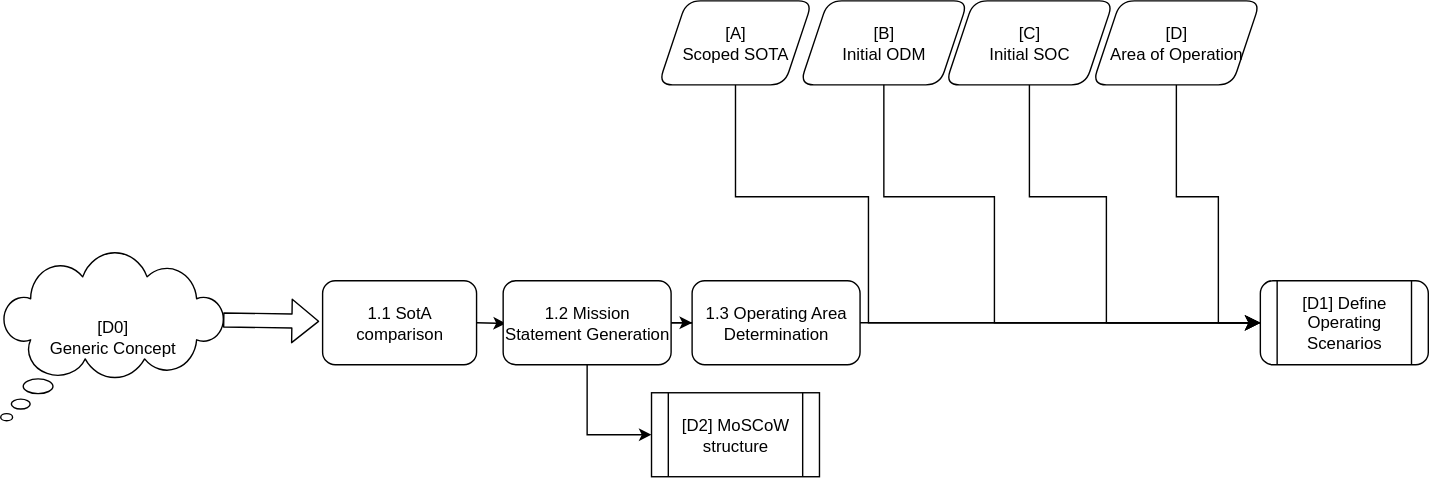
The draw.io diagram public/diagrams/step-1.svg in TortoiseFather/sacred-site, before a commit. Source tidied: cells renumbered, new cells last; positions are measured from the earlier drawing's top-left corner, leaving out a move shared by most shapes. Its diagram source:
```xml
<mxGraphModel background="#ffffff">
  <root>
    <mxCell id="0" />
    <mxCell id="1" parent="0" />
    <mxCell id="2" value="[D0]&lt;div&gt;Generic Concept&lt;/div&gt;" style="whiteSpace=wrap;html=1;shape=mxgraph.basic.cloud_callout;rounded=1;fontColor=#000000;fillColor=#FFFFFF;strokeColor=#000000;" parent="1" vertex="1">
      <mxGeometry y="180" width="160" height="120" as="geometry" />
    </mxCell>
    <mxCell id="3" style="shape=flexArrow;endArrow=classic;html=1;rounded=1;exitX=0.993;exitY=0.4;exitDx=0;exitDy=0;exitPerimeter=0;entryX=-0.022;entryY=0.483;entryDx=0;entryDy=0;entryPerimeter=0;strokeColor=#000000;" parent="1" edge="1" source="2" target="11">
      <mxGeometry relative="1" as="geometry" />
    </mxCell>
    <mxCell id="4" style="edgeStyle=orthogonalEdgeStyle;rounded=1;jettySize=auto;html=1;strokeColor=#000000;" parent="1" edge="1" target="8">
      <mxGeometry relative="1" as="geometry">
        <mxPoint x="340" y="230" as="sourcePoint" />
      </mxGeometry>
    </mxCell>
    <mxCell id="5" style="edgeStyle=orthogonalEdgeStyle;rounded=1;jettySize=auto;html=1;strokeColor=#000000;" parent="1" edge="1" source="8">
      <mxGeometry relative="1" as="geometry">
        <mxPoint x="560" y="230" as="targetPoint" />
      </mxGeometry>
    </mxCell>
    <mxCell id="6" style="edgeStyle=orthogonalEdgeStyle;rounded=0;jettySize=auto;html=1;entryX=0;entryY=0.5;entryDx=0;entryDy=0;strokeColor=#000000;" parent="1" edge="1" source="8" target="13">
      <mxGeometry relative="1" as="geometry" />
    </mxCell>
    <mxCell id="7" style="edgeStyle=orthogonalEdgeStyle;rounded=0;jettySize=auto;html=1;entryX=0;entryY=0.5;entryDx=0;entryDy=0;strokeColor=#000000;" parent="1" edge="1" source="8" target="21">
      <mxGeometry relative="1" as="geometry" />
    </mxCell>
    <mxCell id="8" value="1.2 Mission Statement Generation" style="whiteSpace=wrap;html=1;rounded=1;strokeColor=#000000;fontColor=#000000;fillColor=#FFFFFF;" parent="1" vertex="1">
      <mxGeometry x="359" y="200" width="120" height="60" as="geometry" />
    </mxCell>
    <mxCell id="9" style="edgeStyle=none;curved=0;rounded=0;jettySize=auto;html=1;entryX=0;entryY=0.5;entryDx=0;entryDy=0;fontSize=12;startSize=8;endSize=8;strokeColor=#000000;" parent="1" edge="1" source="10">
      <mxGeometry relative="1" as="geometry">
        <mxPoint x="960" y="230" as="targetPoint" />
        <Array as="points">
          <mxPoint x="525" y="140" />
          <mxPoint x="620" y="140" />
          <mxPoint x="620" y="230" />
        </Array>
      </mxGeometry>
    </mxCell>
    <mxCell id="10" value="&lt;div&gt;&lt;span style=&quot;color: rgb(0, 0, 0);&quot;&gt;[A]&lt;/span&gt;&lt;/div&gt;&lt;div&gt;&lt;span style=&quot;color: rgb(0, 0, 0);&quot;&gt;Scoped SOTA&lt;/span&gt;&lt;/div&gt;" style="shape=parallelogram;perimeter=parallelogramPerimeter;whiteSpace=wrap;html=1;fixedSize=1;rounded=1;strokeColor=#000000;fontColor=#000000;fillColor=#FFFFFF;" parent="1" vertex="1">
      <mxGeometry x="470" width="110" height="60" as="geometry" />
    </mxCell>
    <mxCell id="11" value="1.1 SotA comparison" style="rounded=1;whiteSpace=wrap;html=1;strokeColor=#000000;fontColor=#000000;fillColor=#FFFFFF;" parent="1" vertex="1">
      <mxGeometry x="230" y="200" width="110" height="60" as="geometry" />
    </mxCell>
    <mxCell id="12" style="edgeStyle=none;curved=1;rounded=1;jettySize=auto;html=1;entryX=0;entryY=0.5;entryDx=0;entryDy=0;fontSize=12;startSize=8;endSize=8;strokeColor=#000000;" parent="1" edge="1" source="13" target="16">
      <mxGeometry relative="1" as="geometry" />
    </mxCell>
    <mxCell id="13" value="1.3 Operating Area Determination" style="rounded=1;whiteSpace=wrap;html=1;strokeColor=#000000;fontColor=#000000;fillColor=#FFFFFF;" parent="1" vertex="1">
      <mxGeometry x="494" y="200" width="120" height="60" as="geometry" />
    </mxCell>
    <mxCell id="14" style="edgeStyle=none;curved=0;rounded=0;jettySize=auto;html=1;entryX=0;entryY=0.5;entryDx=0;entryDy=0;fontSize=12;startSize=8;endSize=8;strokeColor=#000000;" parent="1" edge="1" source="15">
      <mxGeometry relative="1" as="geometry">
        <mxPoint x="930" y="230" as="targetPoint" />
        <Array as="points">
          <mxPoint x="840" y="140" />
          <mxPoint x="870" y="140" />
          <mxPoint x="870" y="230" />
        </Array>
      </mxGeometry>
    </mxCell>
    <mxCell id="15" value="[D]&lt;div&gt;&lt;span style=&quot;color: rgb(0, 0, 0);&quot;&gt;Area of Operation&lt;/span&gt;&lt;/div&gt;" style="shape=parallelogram;perimeter=parallelogramPerimeter;whiteSpace=wrap;html=1;fixedSize=1;rounded=1;strokeColor=#000000;fontColor=#000000;fillColor=#FFFFFF;" parent="1" vertex="1">
      <mxGeometry x="780" width="120" height="60" as="geometry" />
    </mxCell>
    <mxCell id="16" value="[D1] Define Operating Scenarios" style="shape=process;whiteSpace=wrap;html=1;backgroundOutline=1;rounded=1;strokeColor=#000000;fontColor=#000000;fillColor=#FFFFFF;" parent="1" vertex="1">
      <mxGeometry x="900" y="200" width="120" height="60" as="geometry" />
    </mxCell>
    <mxCell id="17" value="&lt;div&gt;&lt;span style=&quot;color: rgb(0, 0, 0);&quot;&gt;[B]&lt;/span&gt;&lt;/div&gt;&lt;div&gt;&lt;span style=&quot;color: rgb(0, 0, 0);&quot;&gt;Initial ODM&lt;/span&gt;&lt;/div&gt;" style="shape=parallelogram;perimeter=parallelogramPerimeter;whiteSpace=wrap;html=1;fixedSize=1;rounded=1;strokeColor=#000000;fontColor=#000000;fillColor=#FFFFFF;" parent="1" vertex="1">
      <mxGeometry x="571" width="120" height="60" as="geometry" />
    </mxCell>
    <mxCell id="18" style="edgeStyle=none;curved=0;rounded=0;jettySize=auto;html=1;exitX=0.5;exitY=1;exitDx=0;exitDy=0;entryX=0;entryY=0.5;entryDx=0;entryDy=0;fontSize=12;startSize=8;endSize=8;strokeColor=#000000;" parent="1" edge="1" source="19" target="16">
      <mxGeometry relative="1" as="geometry">
        <Array as="points">
          <mxPoint x="735" y="140" />
          <mxPoint x="790" y="140" />
          <mxPoint x="790" y="230" />
        </Array>
      </mxGeometry>
    </mxCell>
    <mxCell id="19" value="&lt;span style=&quot;color: rgb(0, 0, 0);&quot;&gt;[C]&lt;/span&gt;&lt;div&gt;&lt;span style=&quot;color: rgb(0, 0, 0);&quot;&gt;Initial SOC&lt;/span&gt;&lt;/div&gt;" style="shape=parallelogram;perimeter=parallelogramPerimeter;whiteSpace=wrap;html=1;fixedSize=1;rounded=1;strokeColor=#000000;fontColor=#000000;fillColor=#FFFFFF;" parent="1" vertex="1">
      <mxGeometry x="675" width="120" height="60" as="geometry" />
    </mxCell>
    <mxCell id="20" style="endArrow=classic;html=1;rounded=0;fontSize=12;startSize=8;endSize=8;curved=0;exitX=0.5;exitY=1;exitDx=0;exitDy=0;entryX=0;entryY=0.5;entryDx=0;entryDy=0;strokeColor=#000000;" parent="1" edge="1" source="17" target="16">
      <mxGeometry relative="1" as="geometry">
        <Array as="points">
          <mxPoint x="631" y="140" />
          <mxPoint x="710" y="140" />
          <mxPoint x="710" y="230" />
        </Array>
      </mxGeometry>
    </mxCell>
    <mxCell id="21" value="&lt;div&gt;&lt;span style=&quot;color: rgb(0, 0, 0);&quot;&gt;[D2] MoSCoW structure&lt;/span&gt;&lt;/div&gt;" style="shape=process;whiteSpace=wrap;html=1;backgroundOutline=1;fillColor=#FFFFFF;strokeColor=#000000;" parent="1" vertex="1">
      <mxGeometry x="465" y="280" width="120" height="60" as="geometry" />
    </mxCell>
  </root>
</mxGraphModel>
```
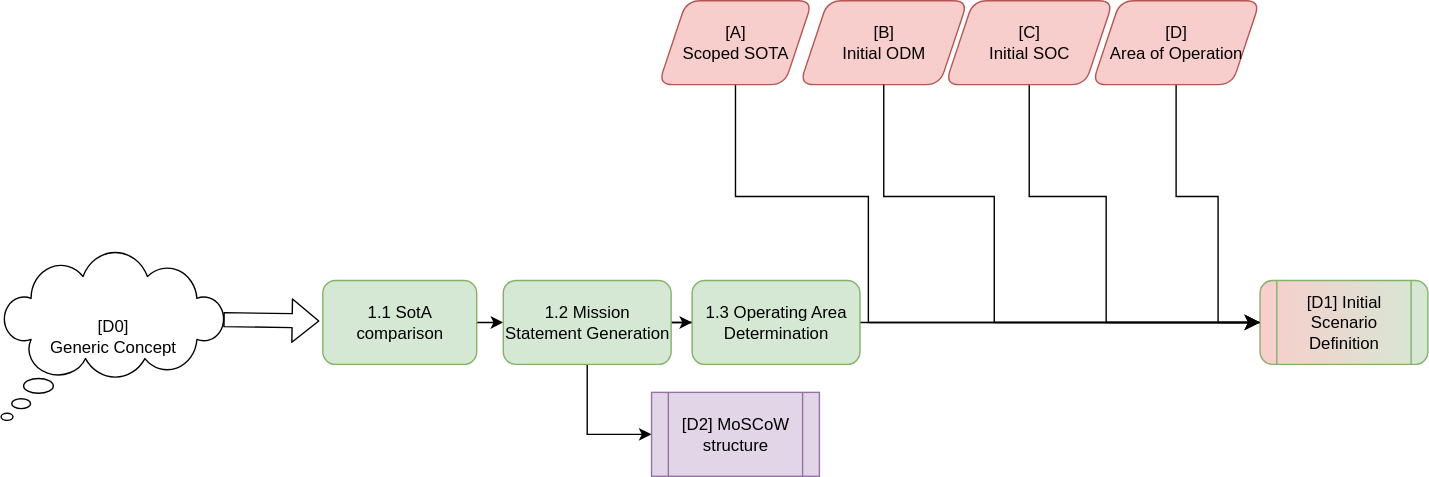
After the change.

Change to the diagram source:
```diff
@@ -24,7 +24,7 @@
     <mxCell id="7" style="edgeStyle=orthogonalEdgeStyle;rounded=0;jettySize=auto;html=1;entryX=0;entryY=0.5;entryDx=0;entryDy=0;strokeColor=#000000;" parent="1" edge="1" source="8" target="21">
       <mxGeometry relative="1" as="geometry" />
     </mxCell>
-    <mxCell id="8" value="1.2 Mission Statement Generation" style="whiteSpace=wrap;html=1;rounded=1;strokeColor=#000000;fontColor=#000000;fillColor=#FFFFFF;" parent="1" vertex="1">
+    <mxCell id="8" value="1.2 Mission Statement Generation" style="whiteSpace=wrap;html=1;rounded=1;strokeColor=#82b366;fillColor=#d5e8d4;" parent="1" vertex="1">
       <mxGeometry x="359" y="200" width="120" height="60" as="geometry" />
     </mxCell>
     <mxCell id="9" style="edgeStyle=none;curved=0;rounded=0;jettySize=auto;html=1;entryX=0;entryY=0.5;entryDx=0;entryDy=0;fontSize=12;startSize=8;endSize=8;strokeColor=#000000;" parent="1" edge="1" source="10">
@@ -37,16 +37,16 @@
         </Array>
       </mxGeometry>
     </mxCell>
-    <mxCell id="10" value="&lt;div&gt;&lt;span style=&quot;color: rgb(0, 0, 0);&quot;&gt;[A]&lt;/span&gt;&lt;/div&gt;&lt;div&gt;&lt;span style=&quot;color: rgb(0, 0, 0);&quot;&gt;Scoped SOTA&lt;/span&gt;&lt;/div&gt;" style="shape=parallelogram;perimeter=parallelogramPerimeter;whiteSpace=wrap;html=1;fixedSize=1;rounded=1;strokeColor=#000000;fontColor=#000000;fillColor=#FFFFFF;" parent="1" vertex="1">
+    <mxCell id="10" value="&lt;div&gt;&lt;span style=&quot;color: rgb(0, 0, 0);&quot;&gt;[A]&lt;/span&gt;&lt;/div&gt;&lt;div&gt;&lt;span style=&quot;color: rgb(0, 0, 0);&quot;&gt;Scoped SOTA&lt;/span&gt;&lt;/div&gt;" style="shape=parallelogram;perimeter=parallelogramPerimeter;whiteSpace=wrap;html=1;fixedSize=1;rounded=1;strokeColor=#b85450;fillColor=#f8cecc;" parent="1" vertex="1">
       <mxGeometry x="470" width="110" height="60" as="geometry" />
     </mxCell>
-    <mxCell id="11" value="1.1 SotA comparison" style="rounded=1;whiteSpace=wrap;html=1;strokeColor=#000000;fontColor=#000000;fillColor=#FFFFFF;" parent="1" vertex="1">
+    <mxCell id="11" value="1.1 SotA comparison" style="rounded=1;whiteSpace=wrap;html=1;strokeColor=#82b366;fillColor=#d5e8d4;" parent="1" vertex="1">
       <mxGeometry x="230" y="200" width="110" height="60" as="geometry" />
     </mxCell>
     <mxCell id="12" style="edgeStyle=none;curved=1;rounded=1;jettySize=auto;html=1;entryX=0;entryY=0.5;entryDx=0;entryDy=0;fontSize=12;startSize=8;endSize=8;strokeColor=#000000;" parent="1" edge="1" source="13" target="16">
       <mxGeometry relative="1" as="geometry" />
     </mxCell>
-    <mxCell id="13" value="1.3 Operating Area Determination" style="rounded=1;whiteSpace=wrap;html=1;strokeColor=#000000;fontColor=#000000;fillColor=#FFFFFF;" parent="1" vertex="1">
+    <mxCell id="13" value="1.3 Operating Area Determination" style="rounded=1;whiteSpace=wrap;html=1;strokeColor=#82b366;fillColor=#d5e8d4;" parent="1" vertex="1">
       <mxGeometry x="494" y="200" width="120" height="60" as="geometry" />
     </mxCell>
     <mxCell id="14" style="edgeStyle=none;curved=0;rounded=0;jettySize=auto;html=1;entryX=0;entryY=0.5;entryDx=0;entryDy=0;fontSize=12;startSize=8;endSize=8;strokeColor=#000000;" parent="1" edge="1" source="15">
@@ -59,13 +59,13 @@
         </Array>
       </mxGeometry>
     </mxCell>
-    <mxCell id="15" value="[D]&lt;div&gt;&lt;span style=&quot;color: rgb(0, 0, 0);&quot;&gt;Area of Operation&lt;/span&gt;&lt;/div&gt;" style="shape=parallelogram;perimeter=parallelogramPerimeter;whiteSpace=wrap;html=1;fixedSize=1;rounded=1;strokeColor=#000000;fontColor=#000000;fillColor=#FFFFFF;" parent="1" vertex="1">
+    <mxCell id="15" value="[D]&lt;div&gt;&lt;span style=&quot;color: rgb(0, 0, 0);&quot;&gt;Area of Operation&lt;/span&gt;&lt;/div&gt;" style="shape=parallelogram;perimeter=parallelogramPerimeter;whiteSpace=wrap;html=1;fixedSize=1;rounded=1;strokeColor=#b85450;fillColor=#f8cecc;" parent="1" vertex="1">
       <mxGeometry x="780" width="120" height="60" as="geometry" />
     </mxCell>
-    <mxCell id="16" value="[D1] Define Operating Scenarios" style="shape=process;whiteSpace=wrap;html=1;backgroundOutline=1;rounded=1;strokeColor=#000000;fontColor=#000000;fillColor=#FFFFFF;" parent="1" vertex="1">
+    <mxCell id="16" value="[D1] Initial Scenario Definition" style="shape=process;whiteSpace=wrap;html=1;backgroundOutline=1;rounded=1;strokeColor=#82b366;fillColor=#d5e8d4;gradientDirection=west;gradientColor=#F8CECC;" parent="1" vertex="1">
       <mxGeometry x="900" y="200" width="120" height="60" as="geometry" />
     </mxCell>
-    <mxCell id="17" value="&lt;div&gt;&lt;span style=&quot;color: rgb(0, 0, 0);&quot;&gt;[B]&lt;/span&gt;&lt;/div&gt;&lt;div&gt;&lt;span style=&quot;color: rgb(0, 0, 0);&quot;&gt;Initial ODM&lt;/span&gt;&lt;/div&gt;" style="shape=parallelogram;perimeter=parallelogramPerimeter;whiteSpace=wrap;html=1;fixedSize=1;rounded=1;strokeColor=#000000;fontColor=#000000;fillColor=#FFFFFF;" parent="1" vertex="1">
+    <mxCell id="17" value="&lt;div&gt;&lt;span style=&quot;color: rgb(0, 0, 0);&quot;&gt;[B]&lt;/span&gt;&lt;/div&gt;&lt;div&gt;&lt;span style=&quot;color: rgb(0, 0, 0);&quot;&gt;Initial ODM&lt;/span&gt;&lt;/div&gt;" style="shape=parallelogram;perimeter=parallelogramPerimeter;whiteSpace=wrap;html=1;fixedSize=1;rounded=1;strokeColor=#b85450;fillColor=#f8cecc;" parent="1" vertex="1">
       <mxGeometry x="571" width="120" height="60" as="geometry" />
     </mxCell>
     <mxCell id="18" style="edgeStyle=none;curved=0;rounded=0;jettySize=auto;html=1;exitX=0.5;exitY=1;exitDx=0;exitDy=0;entryX=0;entryY=0.5;entryDx=0;entryDy=0;fontSize=12;startSize=8;endSize=8;strokeColor=#000000;" parent="1" edge="1" source="19" target="16">
@@ -77,7 +77,7 @@
         </Array>
       </mxGeometry>
     </mxCell>
-    <mxCell id="19" value="&lt;span style=&quot;color: rgb(0, 0, 0);&quot;&gt;[C]&lt;/span&gt;&lt;div&gt;&lt;span style=&quot;color: rgb(0, 0, 0);&quot;&gt;Initial SOC&lt;/span&gt;&lt;/div&gt;" style="shape=parallelogram;perimeter=parallelogramPerimeter;whiteSpace=wrap;html=1;fixedSize=1;rounded=1;strokeColor=#000000;fontColor=#000000;fillColor=#FFFFFF;" parent="1" vertex="1">
+    <mxCell id="19" value="&lt;span style=&quot;color: rgb(0, 0, 0);&quot;&gt;[C]&lt;/span&gt;&lt;div&gt;&lt;span style=&quot;color: rgb(0, 0, 0);&quot;&gt;Initial SOC&lt;/span&gt;&lt;/div&gt;" style="shape=parallelogram;perimeter=parallelogramPerimeter;whiteSpace=wrap;html=1;fixedSize=1;rounded=1;strokeColor=#b85450;fillColor=#f8cecc;" parent="1" vertex="1">
       <mxGeometry x="675" width="120" height="60" as="geometry" />
     </mxCell>
     <mxCell id="20" style="endArrow=classic;html=1;rounded=0;fontSize=12;startSize=8;endSize=8;curved=0;exitX=0.5;exitY=1;exitDx=0;exitDy=0;entryX=0;entryY=0.5;entryDx=0;entryDy=0;strokeColor=#000000;" parent="1" edge="1" source="17" target="16">
@@ -89,7 +89,7 @@
         </Array>
       </mxGeometry>
     </mxCell>
-    <mxCell id="21" value="&lt;div&gt;&lt;span style=&quot;color: rgb(0, 0, 0);&quot;&gt;[D2] MoSCoW structure&lt;/span&gt;&lt;/div&gt;" style="shape=process;whiteSpace=wrap;html=1;backgroundOutline=1;fillColor=#FFFFFF;strokeColor=#000000;" parent="1" vertex="1">
+    <mxCell id="21" value="&lt;div&gt;&lt;span style=&quot;color: rgb(0, 0, 0);&quot;&gt;[D2] MoSCoW structure&lt;/span&gt;&lt;/div&gt;" style="shape=process;whiteSpace=wrap;html=1;backgroundOutline=1;fillColor=#e1d5e7;strokeColor=#9673a6;gradientDirection=west;" parent="1" vertex="1">
       <mxGeometry x="465" y="280" width="120" height="60" as="geometry" />
     </mxCell>
   </root>
```
